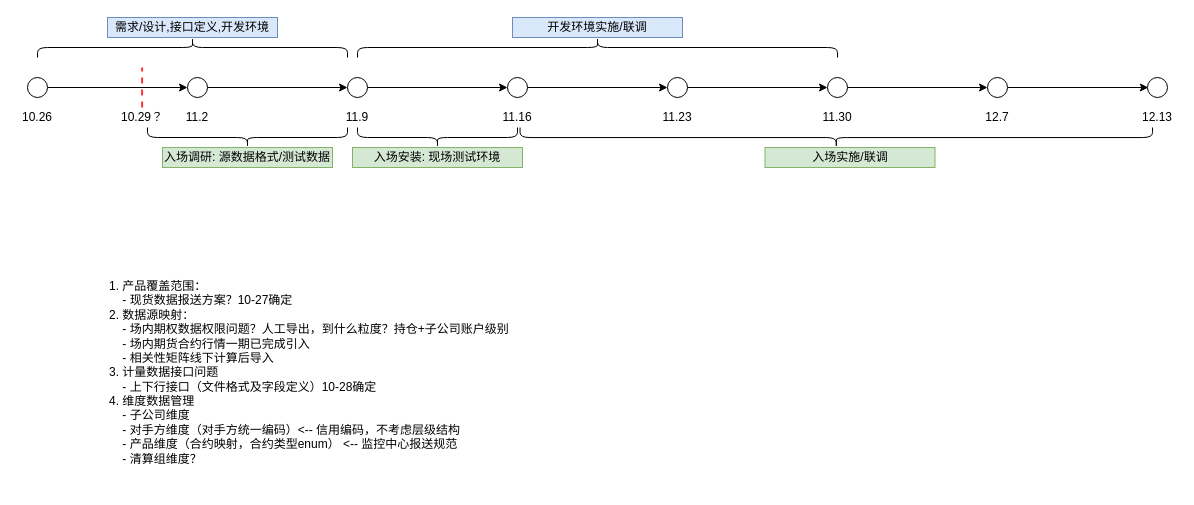
The draw.io diagram page "Page-1" (1 of 8) of Untitled Diagram.drawio in blshao84/VaRReportingSys, before the edit. Source tidied: cells renumbered, new cells numbered last; positions are measured from the earlier drawing's top-left corner, leaving out a move shared by most shapes. Both pictures are drawn from the tidied source at 100%, with x=0, y=0 at pixel (17, -193).
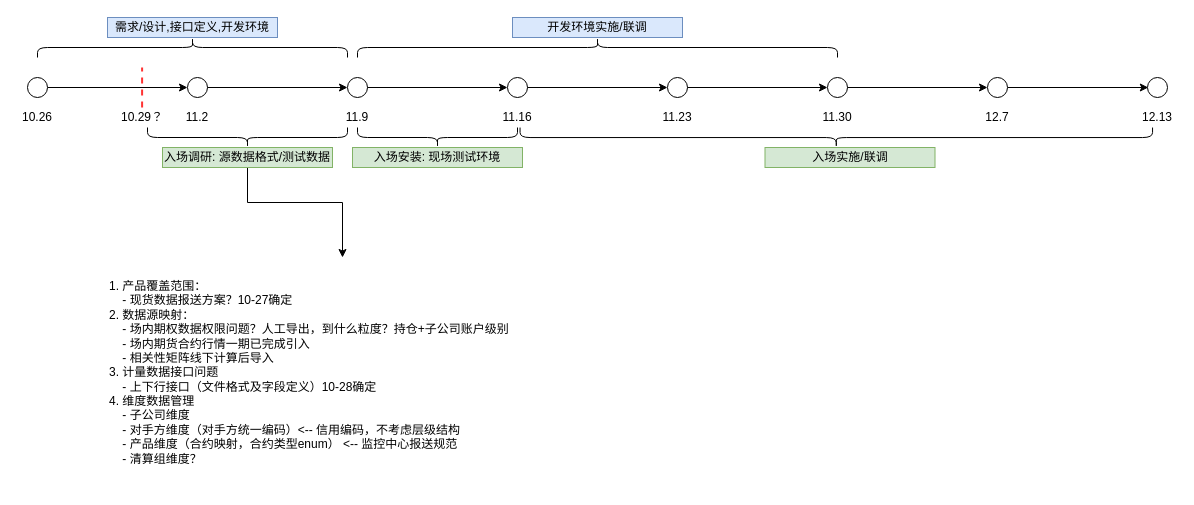
Above is the later version.

Unchanged cells that the change refers to:
```xml
<mxCell id="9" value="1. 产品覆盖范围：&lt;br&gt;&amp;nbsp; &amp;nbsp; - 现货数据报送方案？10-27确定&lt;br&gt;2. 数据源映射：&lt;br&gt;&amp;nbsp; &amp;nbsp; - 场内期权数据权限问题？人工导出，到什么粒度？持仓+子公司账户级别&lt;br&gt;&amp;nbsp; &amp;nbsp; - 场内期货合约行情一期已完成引入&lt;br&gt;&amp;nbsp; &amp;nbsp; - 相关性矩阵线下计算后导入&lt;br&gt;3. 计量数据接口问题&lt;br&gt;&amp;nbsp; &amp;nbsp; - 上下行接口（文件格式及字段定义）10-28确定&lt;br&gt;4. 维度数据管理&lt;br&gt;&amp;nbsp; &amp;nbsp; - 子公司维度&lt;br&gt;&amp;nbsp; &amp;nbsp; - 对手方维度（对手方统一编码）&amp;lt;-- 信用编码，不考虑层级结构&lt;br&gt;&amp;nbsp; &amp;nbsp; - 产品维度（合约映射，合约类型enum） &amp;lt;-- 监控中心报送规范&lt;br&gt;&amp;nbsp; &amp;nbsp; - 清算组维度？" style="text;html=1;strokeColor=none;fillColor=none;align=left;verticalAlign=middle;whiteSpace=wrap;rounded=0;" parent="1" vertex="1">
  <mxGeometry x="90" y="450" width="470" height="230" as="geometry" />
</mxCell>
<mxCell id="24" style="shape=curlyBracket;whiteSpace=wrap;html=1;rounded=1;rotation=-90;" parent="1" vertex="1">
  <mxGeometry x="220" y="230" width="20" height="200" as="geometry" />
</mxCell>
```

What changed in the source:
```diff
@@
+    <mxCell id="38" style="edgeStyle=orthogonalEdgeStyle;rounded=0;jettySize=auto;html=1;" parent="1" edge="1" source="24" target="9">
+      <mxGeometry relative="1" as="geometry" />
+    </mxCell>
```
